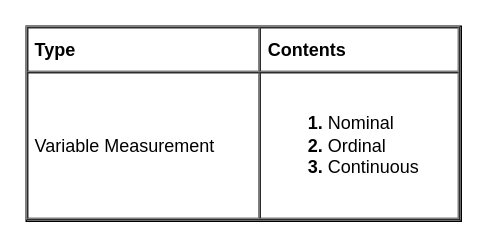
Before: page "Algebra" (8 of 9) of ml/ml.drawio in yangdj/tf_docs, a draw.io diagram. Source tidied: cells renumbered, new cells numbered last; positions are measured from the earlier drawing's top-left corner, leaving out a move shared by most shapes. Both pictures are drawn from the tidied source at 150%, with x=0, y=0 at pixel (26, 26).
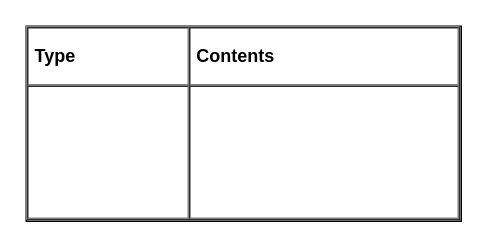
The same diagram, later.

What changed in the source:
```diff
@@
 <mxGraphModel>
   <root>
     <mxCell id="0" />
     <mxCell id="1" parent="0" />
-    <mxCell id="2" value="&lt;table cellpadding=&quot;4&quot; cellspacing=&quot;0&quot; border=&quot;1&quot; style=&quot;font-size: 1em ; width: 100% ; height: 100%&quot;&gt;&lt;tbody&gt;&lt;tr&gt;&lt;th&gt;Type&lt;/th&gt;&lt;th&gt;Contents&lt;/th&gt;&lt;/tr&gt;&lt;tr&gt;&lt;td&gt;Variable Measurement&lt;/td&gt;&lt;td&gt;&lt;h3&gt;&lt;p&gt;&lt;/p&gt;&lt;ol style=&quot;font-size: 12px&quot;&gt;&lt;li&gt;&lt;span style=&quot;font-weight: normal&quot;&gt;Nominal&lt;/span&gt;&lt;/li&gt;&lt;li&gt;&lt;span style=&quot;font-weight: normal&quot;&gt;Ordinal&lt;/span&gt;&lt;/li&gt;&lt;li&gt;&lt;span style=&quot;font-weight: normal&quot;&gt;Continuous&lt;/span&gt;&lt;/li&gt;&lt;/ol&gt;&lt;p&gt;&lt;/p&gt;&lt;/h3&gt;&lt;/td&gt;&lt;/tr&gt;&lt;/tbody&gt;&lt;/table&gt; " style="verticalAlign=top;align=left;overflow=fill;fontSize=12;fontFamily=Helvetica;html=1;" parent="1" vertex="1">
+    <mxCell id="2" value="&lt;table cellpadding=&quot;4&quot; cellspacing=&quot;0&quot; border=&quot;1&quot; style=&quot;font-size: 1em ; width: 100% ; height: 100%&quot;&gt;&lt;tbody&gt;&lt;tr&gt;&lt;th&gt;Type&lt;/th&gt;&lt;th&gt;Contents&lt;/th&gt;&lt;/tr&gt;&lt;tr&gt;&lt;td&gt;&lt;/td&gt;&lt;td&gt;&lt;h3&gt;&lt;div&gt;&lt;span style=&quot;font-size: 12px&quot;&gt;&lt;br&gt;&lt;/span&gt;&lt;/div&gt;&lt;p&gt;&lt;/p&gt;&lt;/h3&gt;&lt;/td&gt;&lt;/tr&gt;&lt;/tbody&gt;&lt;/table&gt; " style="verticalAlign=top;align=left;overflow=fill;fontSize=12;fontFamily=Helvetica;html=1;" parent="1" vertex="1">
       <mxGeometry width="290" height="130" as="geometry" />
     </mxCell>
   </root>
 </mxGraphModel>
```
